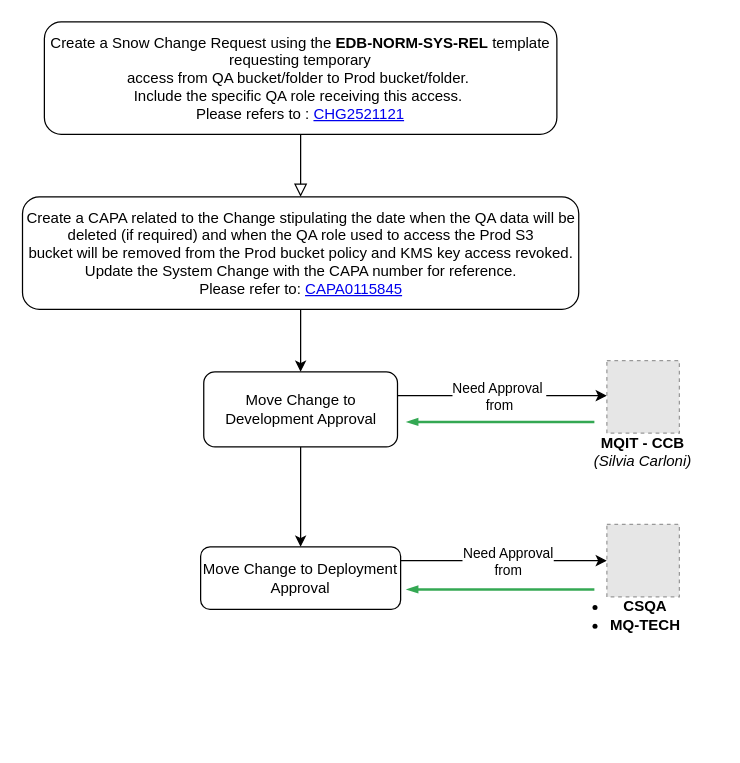
This is Copy_data.drawio from giovanniputrino-sdg/SDG, a draw.io file, before an edit. Source tidied: cells renumbered, new cells numbered last; positions are measured from the earlier drawing's top-left corner, leaving out a move shared by most shapes. Both pictures are drawn from the tidied source at 125%, with x=0, y=0 at pixel (21, 21). Pictures stored in the file or linked from it are replaced by grey dashed boxes.
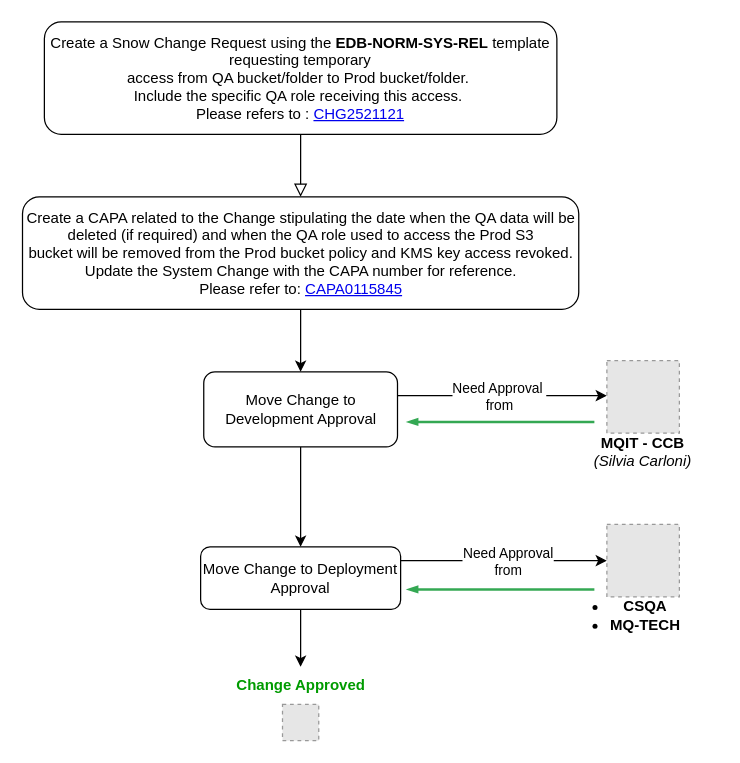
Above is the later version.

Unchanged cells that the change refers to:
```xml
<mxCell id="6" value="Move Change to Deployment Approval" style="rounded=1;whiteSpace=wrap;html=1;fontSize=12;glass=0;strokeWidth=1;shadow=0;" parent="1" vertex="1">
  <mxGeometry x="143" y="420" width="160" height="50" as="geometry" />
</mxCell>
```

Change to the diagram source:
```diff
@@
+    <mxCell id="19" style="edgeStyle=orthogonalEdgeStyle;rounded=0;jettySize=auto;html=1;" parent="1" edge="1" source="6" target="20">
+      <mxGeometry relative="1" as="geometry" />
+    </mxCell>
+    <mxCell id="20" value="&lt;b&gt;&lt;font style=&quot;color: rgb(0, 155, 0);&quot;&gt;Change Approved&lt;/font&gt;&lt;/b&gt;" style="text;html=1;align=center;verticalAlign=middle;whiteSpace=wrap;rounded=0;" parent="1" vertex="1">
+      <mxGeometry x="165.5" y="516" width="115" height="30" as="geometry" />
+    </mxCell>
+    <mxCell id="21" style="fillColor=#E6E6E6;strokeColor=#999999;dashed=1;html=1;verticalAlign=top;verticalLabelPosition=bottom;labelBackgroundColor=#ffffff;" parent="1" vertex="1">
+      <mxGeometry x="208.5" y="546" width="29" height="29" as="geometry" />
+    </mxCell>
```
